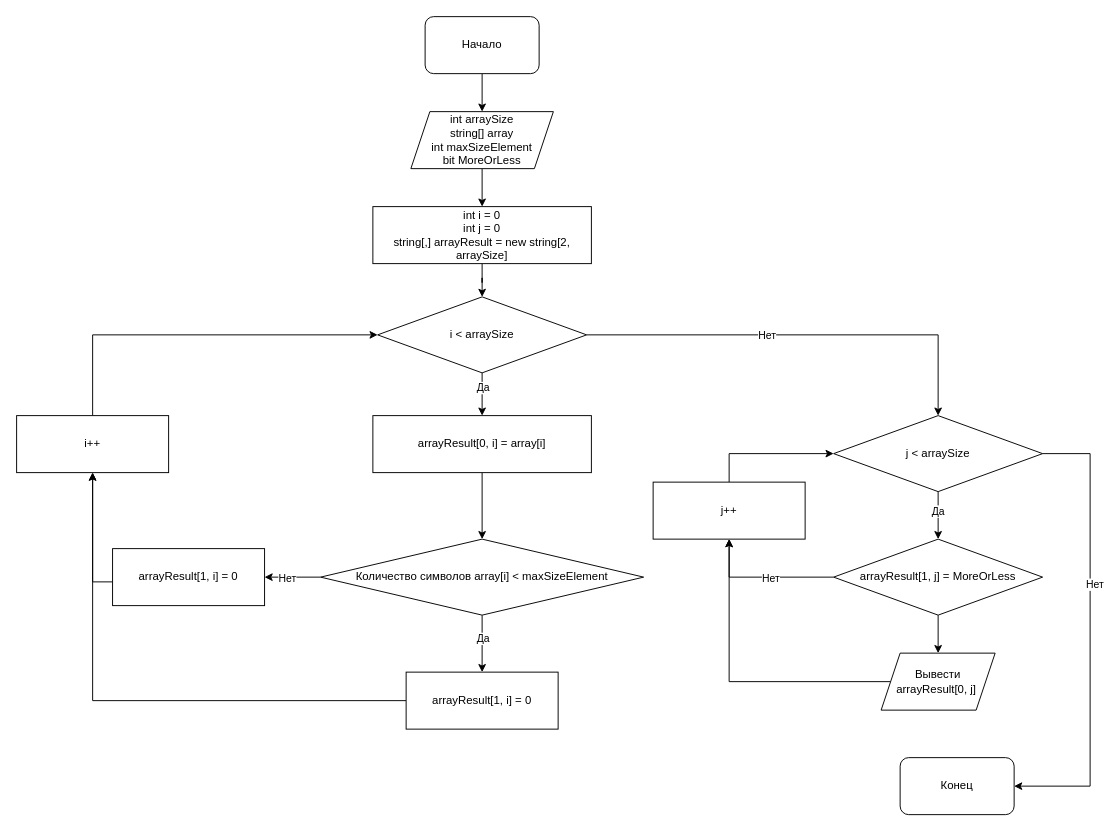
Above: Контрольная работа 1.drawio in sysPeshkov/ControlWorks (draw.io), before the change. Source tidied: cells renumbered, new cells numbered last; positions are measured from the earlier drawing's top-left corner, leaving out a move shared by most shapes. Both pictures are drawn from the tidied source at 95%, with x=0, y=0 at pixel (16, 16).
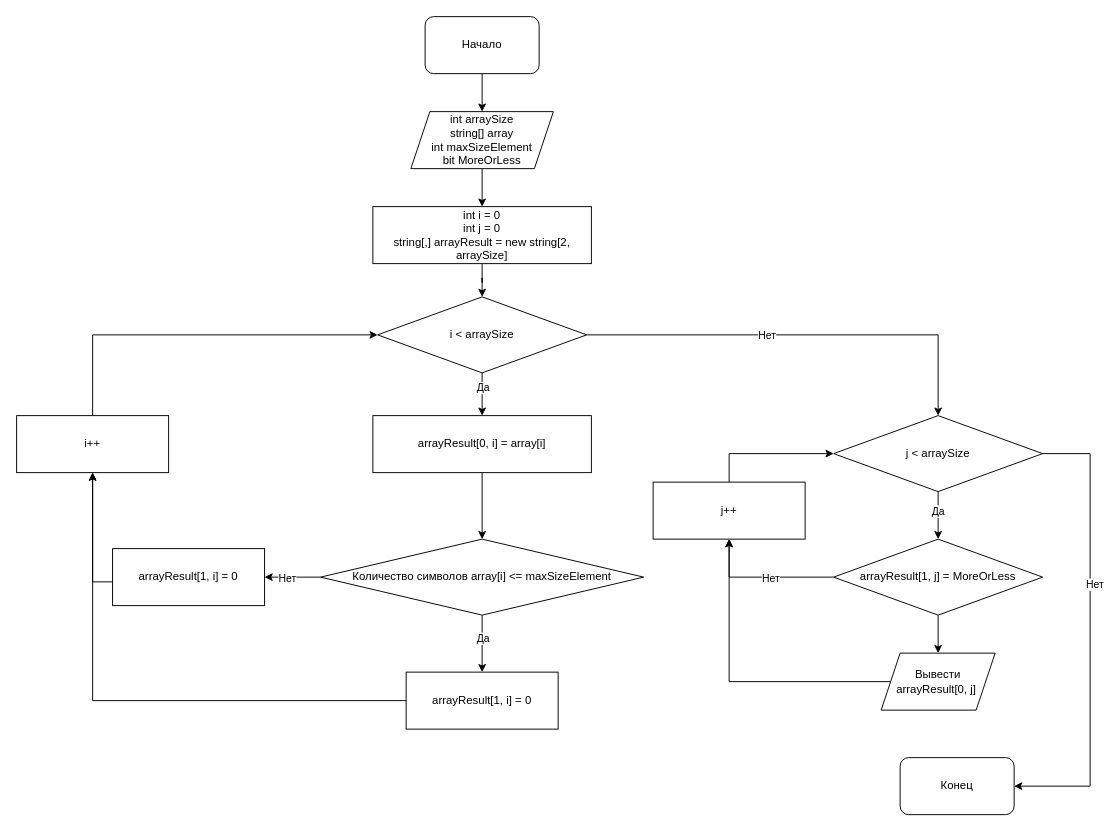
The same page after the edit.

Change to the diagram source:
```diff
@@
-    <mxCell id="20" value="Количество символов array[i] &amp;lt; maxSizeElement" style="rhombus;whiteSpace=wrap;html=1;rounded=0;" parent="1" vertex="1">
+    <mxCell id="20" value="Количество символов array[i] &amp;lt;= maxSizeElement" style="rhombus;whiteSpace=wrap;html=1;rounded=0;" parent="1" vertex="1">
       <mxGeometry x="320" y="550" width="340" height="80" as="geometry" />
     </mxCell>
```
